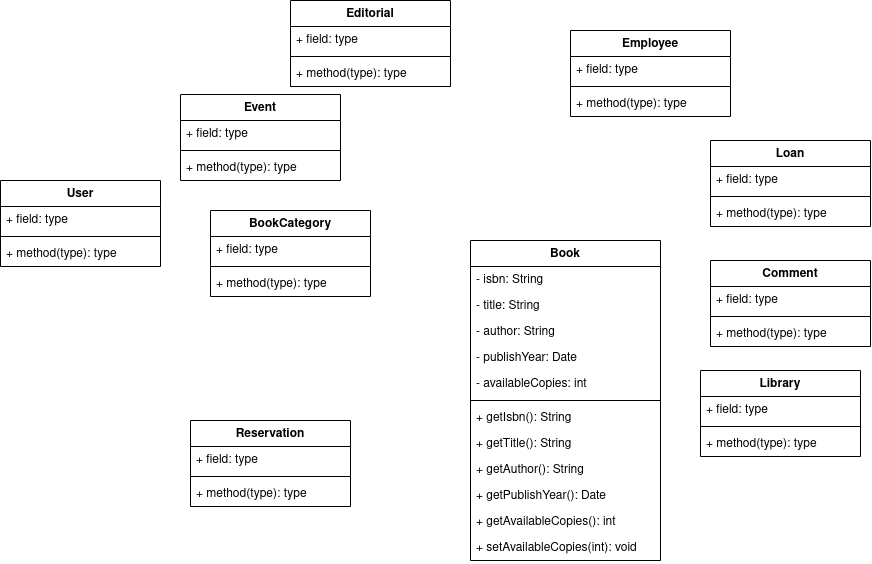
This is proyecto/classdiagram/classdiagramlibrary.png from mackstm/ets, a draw.io export, as it was before one commit. Source tidied: cells renumbered, new cells last; positions are measured from the earlier drawing's top-left corner, leaving out a move shared by most shapes.
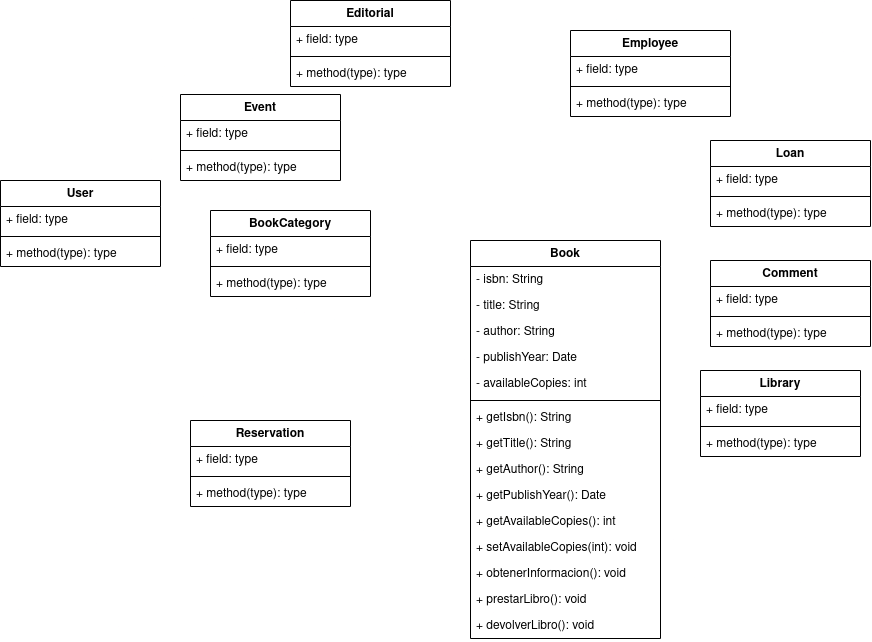
Later version of the same file.

The edit, as a diff of the source:
```diff
@@ -3,7 +3,7 @@
     <mxCell id="0" />
     <mxCell id="1" parent="0" />
     <mxCell id="2" value="Book" style="swimlane;fontStyle=1;align=center;verticalAlign=top;horizontal=1;startSize=26;whiteSpace=wrap;html=1;" parent="1" vertex="1">
-      <mxGeometry x="470" y="240" width="190" height="320" as="geometry" />
+      <mxGeometry x="470" y="240" width="190" height="398" as="geometry" />
     </mxCell>
     <mxCell id="3" value="- isbn: String" style="text;strokeColor=none;fillColor=none;align=left;verticalAlign=top;spacingLeft=4;spacingRight=4;overflow=hidden;whiteSpace=wrap;html=1;" parent="2" vertex="1">
       <mxGeometry y="26" width="190" height="26" as="geometry" />
@@ -41,6 +41,15 @@
     <mxCell id="14" value="+ setAvailableCopies(int): void" style="text;strokeColor=none;fillColor=none;align=left;verticalAlign=top;spacingLeft=4;spacingRight=4;overflow=hidden;whiteSpace=wrap;html=1;" parent="2" vertex="1">
       <mxGeometry y="294" width="190" height="26" as="geometry" />
     </mxCell>
+    <mxCell id="51" value="+ obtenerInformacion(): void" style="text;strokeColor=none;fillColor=none;align=left;verticalAlign=top;spacingLeft=4;spacingRight=4;overflow=hidden;whiteSpace=wrap;html=1;" parent="2" vertex="1">
+      <mxGeometry y="320" width="190" height="26" as="geometry" />
+    </mxCell>
+    <mxCell id="52" value="+ prestarLibro(): void" style="text;strokeColor=none;fillColor=none;align=left;verticalAlign=top;spacingLeft=4;spacingRight=4;overflow=hidden;whiteSpace=wrap;html=1;" parent="2" vertex="1">
+      <mxGeometry y="346" width="190" height="26" as="geometry" />
+    </mxCell>
+    <mxCell id="53" value="+ devolverLibro(): void" style="text;strokeColor=none;fillColor=none;align=left;verticalAlign=top;spacingLeft=4;spacingRight=4;overflow=hidden;whiteSpace=wrap;html=1;" parent="2" vertex="1">
+      <mxGeometry y="372" width="190" height="26" as="geometry" />
+    </mxCell>
     <mxCell id="15" value="Reservation" style="swimlane;fontStyle=1;align=center;verticalAlign=top;horizontal=1;startSize=26;whiteSpace=wrap;html=1;" parent="1" vertex="1">
       <mxGeometry x="190" y="420" width="160" height="86" as="geometry" />
     </mxCell>
```
